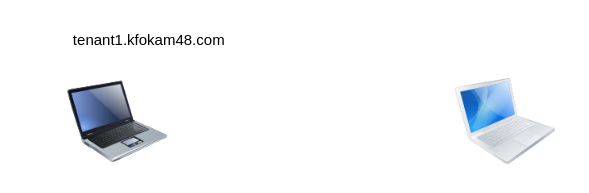
This is Diagramme sans nom.drawio from sngdtechnologies/Calculatrice, a draw.io file, before an edit. Source tidied: cells renumbered, new cells numbered last; positions are measured from the earlier drawing's top-left corner, leaving out a move shared by most shapes. Both pictures are drawn from the tidied source at 125%, with x=0, y=0 at pixel (68, 21).
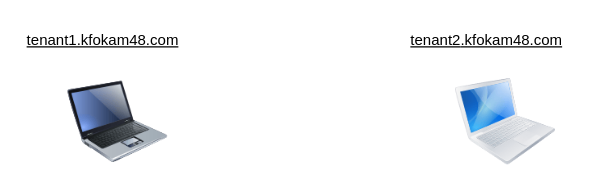
The same page after the edit.

Commit message (it also covers changes not shown here):
Mettre à jour Diagramme sans nom.drawio

The edit, as a diff of the source:
```diff
@@
 <mxGraphModel>
   <root>
     <mxCell id="0" />
     <mxCell id="1" parent="0" />
     <mxCell id="2" style="image;html=1;image=img/lib/clip_art/computers/Laptop_128x128.png;" parent="1" vertex="1">
       <mxGeometry y="40" width="80" height="80" as="geometry" />
     </mxCell>
     <mxCell id="3" style="image;html=1;image=img/lib/clip_art/computers/MacBook_128x128.png;" parent="1" vertex="1">
       <mxGeometry x="310" y="40" width="80" height="80" as="geometry" />
     </mxCell>
-    <mxCell id="4" value="tenant1.kfokam48.com" style="text;html=1;align=center;verticalAlign=middle;whiteSpace=wrap;rounded=0;" parent="1" vertex="1">
-      <mxGeometry width="130" height="30" as="geometry" />
+    <mxCell id="4" value="&lt;u&gt;tenant1.kfokam48.com&lt;/u&gt;" style="text;html=1;align=center;verticalAlign=middle;whiteSpace=wrap;rounded=0;" parent="1" vertex="1">
+      <mxGeometry x="-37" width="130" height="30" as="geometry" />
     </mxCell>
+    <mxCell id="5" value="&lt;u&gt;tenant2&lt;span style=&quot;background-color: transparent; color: light-dark(rgb(0, 0, 0), rgb(255, 255, 255));&quot;&gt;.kfokam48.com&lt;/span&gt;&lt;/u&gt;" style="text;html=1;align=center;verticalAlign=middle;whiteSpace=wrap;rounded=0;" parent="1" vertex="1">
+      <mxGeometry x="270" width="130" height="30" as="geometry" />
+    </mxCell>
   </root>
 </mxGraphModel>
```
